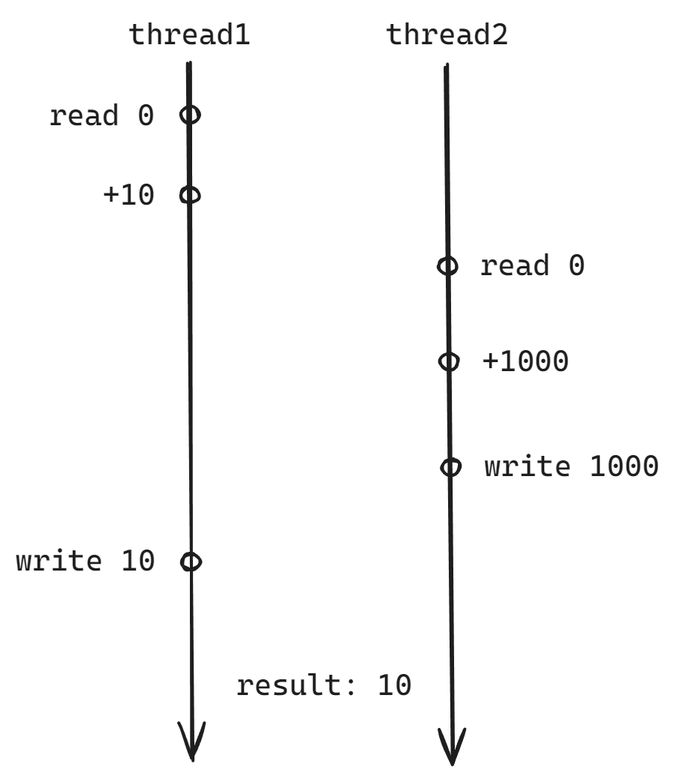
Before: _Attachment/SCU/Lab/系统级编程 - 实验/slp lab - race condition.png, a diagram exported from Excalidraw (Somnia1337/EmberNecrono). Source tidied: one line per element, renumbered; positions are measured from the earlier drawing's top-left corner, leaving out a move shared by most shapes.
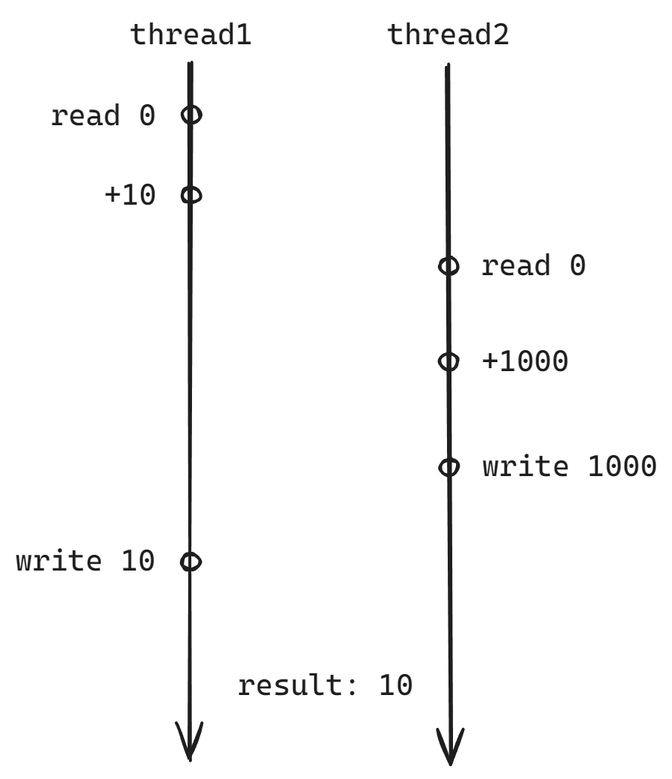
Later version of the same file.

Change to the diagram source:
```diff
@@ -1,5 +1,5 @@
-{"id": 0, "type": "arrow", "strokeColor": "#1e1e1e", "strokeWidth": 2, "roughness": 1, "endArrowhead": "arrow", "round": true, "x": 115, "y": 31, "width": 3, "height": 465, "points": [[0, 0], [3, 465]]}
+{"id": 0, "type": "arrow", "strokeColor": "#1e1e1e", "strokeWidth": 2, "roughness": 1, "endArrowhead": "arrow", "round": true, "from": 2, "x": 115, "y": 31, "width": 1, "height": 465, "points": [[0, 0], [1, 465]]}
-{"id": 1, "type": "arrow", "strokeColor": "#1e1e1e", "strokeWidth": 2, "roughness": 1, "endArrowhead": "arrow", "round": true, "x": 288, "y": 34, "width": 3, "height": 465, "points": [[0, 0], [3, 465]]}
+{"id": 1, "type": "arrow", "strokeColor": "#1e1e1e", "strokeWidth": 2, "roughness": 1, "endArrowhead": "arrow", "round": true, "from": 3, "x": 288, "y": 34, "width": 1, "height": 465, "points": [[0, 0], [1, 465]]}
 {"id": 2, "type": "text", "text": "thread1", "strokeColor": "#1e1e1e", "strokeWidth": 2, "roughness": 1, "fontSize": 20, "fontFamily": 3, "x": 76, "y": 0, "width": 82, "height": 24}
 {"id": 3, "type": "text", "text": "thread2", "strokeColor": "#1e1e1e", "strokeWidth": 2, "roughness": 1, "fontSize": 20, "fontFamily": 3, "x": 247, "y": 0, "width": 82, "height": 24}
 {"id": 4, "type": "ellipse", "strokeColor": "#1e1e1e", "strokeWidth": 2, "roughness": 1, "round": true, "x": 110, "y": 61, "width": 12, "height": 11}
@@ -8,10 +8,10 @@
 {"id": 7, "type": "text", "text": " +10", "strokeColor": "#1e1e1e", "strokeWidth": 2, "roughness": 1, "fontSize": 20, "fontFamily": 3, "x": 47, "y": 107, "width": 47, "height": 24}
 {"id": 8, "type": "ellipse", "strokeColor": "#1e1e1e", "strokeWidth": 2, "roughness": 1, "round": true, "x": 282, "y": 162, "width": 12, "height": 11}
 {"id": 9, "type": "text", "text": "read 0", "strokeColor": "#1e1e1e", "strokeWidth": 2, "roughness": 1, "fontSize": 20, "fontFamily": 3, "x": 310, "y": 154, "width": 70, "height": 24}
-{"id": 10, "type": "ellipse", "strokeColor": "#1e1e1e", "strokeWidth": 2, "roughness": 1, "round": true, "x": 283, "y": 226, "width": 12, "height": 11}
+{"id": 10, "type": "ellipse", "strokeColor": "#1e1e1e", "strokeWidth": 2, "roughness": 1, "round": true, "x": 282, "y": 226, "width": 12, "height": 11}
-{"id": 11, "type": "text", "text": "+1000", "strokeColor": "#1e1e1e", "strokeWidth": 2, "roughness": 1, "fontSize": 20, "fontFamily": 3, "x": 311, "y": 218, "width": 59, "height": 24}
+{"id": 11, "type": "text", "text": "+1000", "strokeColor": "#1e1e1e", "strokeWidth": 2, "roughness": 1, "fontSize": 20, "fontFamily": 3, "x": 310, "y": 218, "width": 59, "height": 24}
-{"id": 12, "type": "ellipse", "strokeColor": "#1e1e1e", "strokeWidth": 2, "roughness": 1, "round": true, "x": 285, "y": 296, "width": 12, "height": 11}
+{"id": 12, "type": "ellipse", "strokeColor": "#1e1e1e", "strokeWidth": 2, "roughness": 1, "round": true, "x": 283, "y": 296, "width": 12, "height": 11}
-{"id": 13, "type": "text", "text": "write 1000", "strokeColor": "#1e1e1e", "strokeWidth": 2, "roughness": 1, "fontSize": 20, "fontFamily": 3, "x": 312, "y": 288, "width": 117, "height": 24}
+{"id": 13, "type": "text", "text": "write 1000", "strokeColor": "#1e1e1e", "strokeWidth": 2, "roughness": 1, "fontSize": 20, "fontFamily": 3, "x": 310, "y": 288, "width": 117, "height": 24}
-{"id": 14, "type": "ellipse", "strokeColor": "#1e1e1e", "strokeWidth": 2, "roughness": 1, "round": true, "x": 111, "y": 359, "width": 12, "height": 11}
+{"id": 14, "type": "ellipse", "strokeColor": "#1e1e1e", "strokeWidth": 2, "roughness": 1, "round": true, "x": 110, "y": 359, "width": 12, "height": 11}
-{"id": 15, "type": "text", "text": "write 10", "strokeColor": "#1e1e1e", "strokeWidth": 2, "roughness": 1, "fontSize": 20, "fontFamily": 3, "x": 0, "y": 351, "width": 94, "height": 24}
+{"id": 15, "type": "text", "text": "write 10", "strokeColor": "#1e1e1e", "strokeWidth": 2, "roughness": 1, "fontSize": 20, "fontFamily": 3, "x": -1, "y": 351, "width": 94, "height": 24}
 {"id": 16, "type": "text", "text": "result: 10", "strokeColor": "#1e1e1e", "strokeWidth": 2, "roughness": 1, "fontSize": 20, "fontFamily": 3, "x": 148, "y": 434, "width": 117, "height": 24}
```
